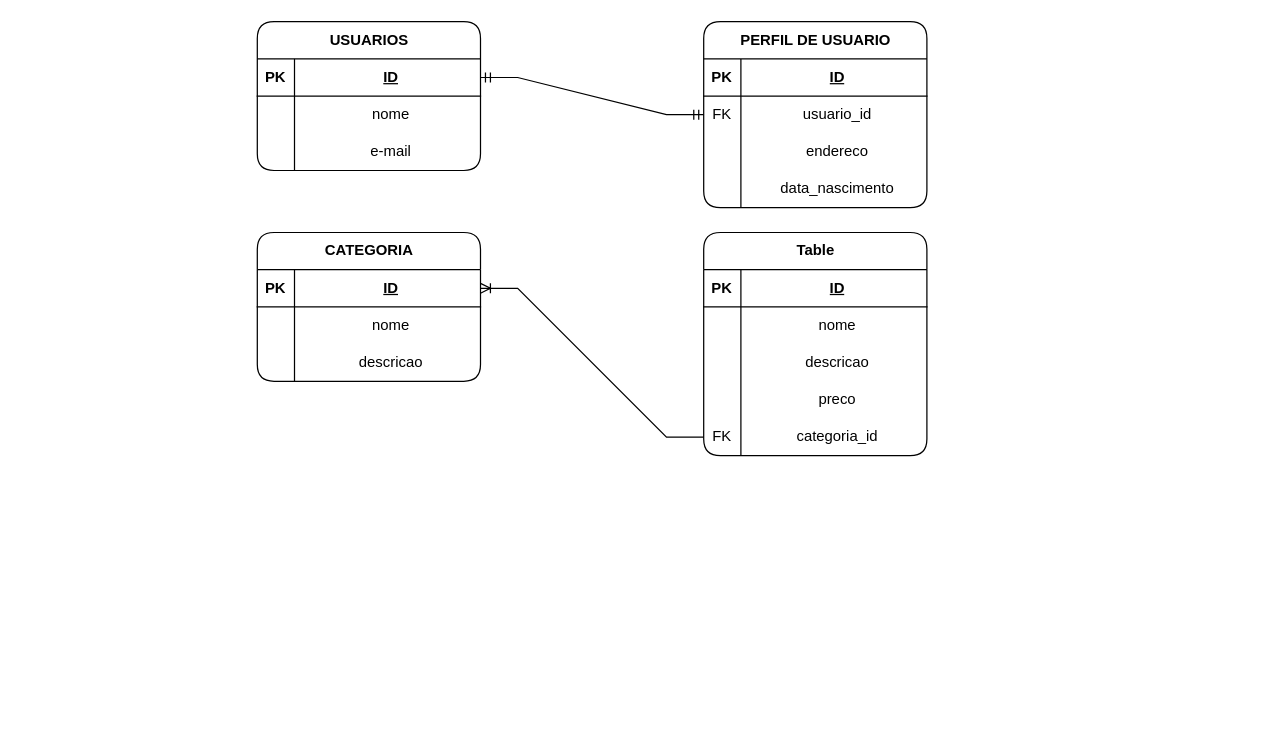
FeliCaldas/BDASOS keeps this draw.io diagram as page "Página-2" (2 of 2) of Modelagens 01.drawio. Above is the earlier version. Source tidied: cells renumbered, new cells numbered last; positions are measured from the earlier drawing's top-left corner, leaving out a move shared by most shapes. Both pictures are drawn from the tidied source at 124%, with x=0, y=0 at pixel (257, 21).
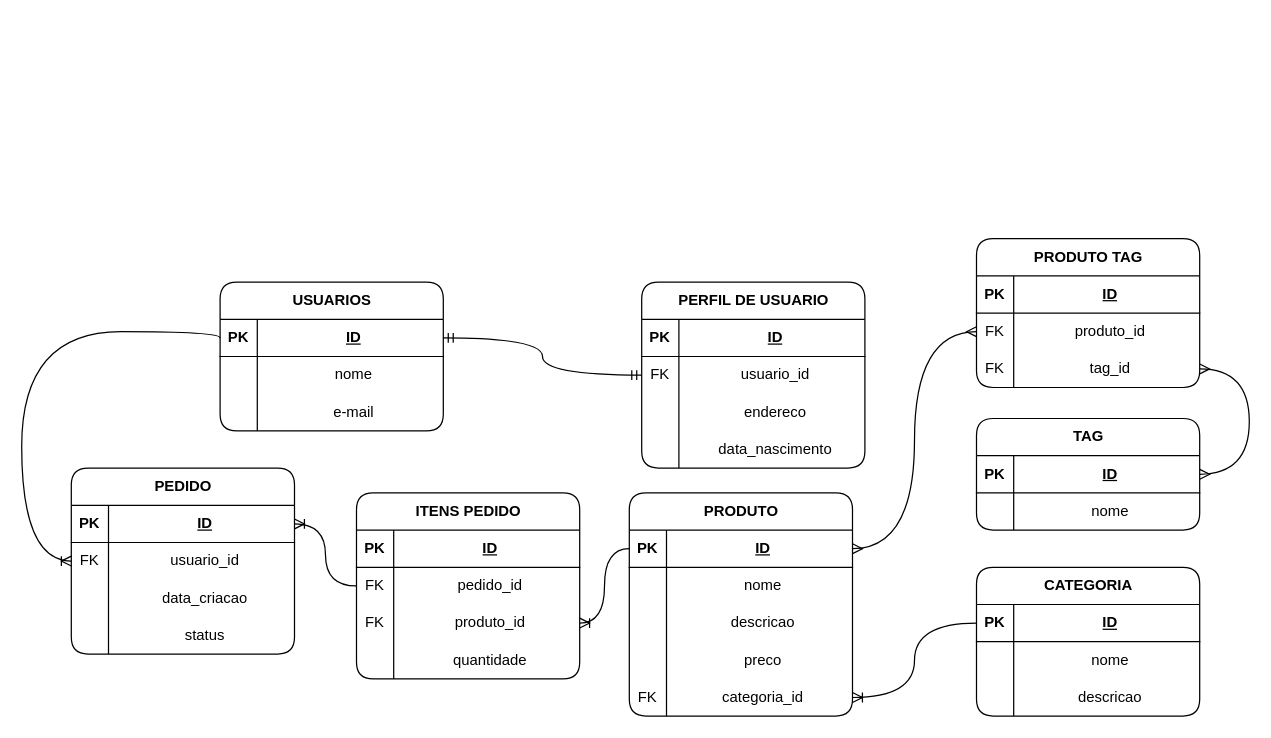
The same page after the edit.

Unchanged cells that the change refers to:
```xml
<mxCell id="3" style="shape=tableRow;horizontal=0;startSize=0;swimlaneHead=0;swimlaneBody=0;fillColor=none;points=[[0,0.5],[1,0.5]];portConstraint=eastwest;top=0;left=0;right=0;bottom=1;rounded=1;" parent="2" vertex="1">
  <mxGeometry y="30" width="180" height="30" as="geometry" />
</mxCell>
<mxCell id="16" style="shape=tableRow;horizontal=0;startSize=0;swimlaneHead=0;swimlaneBody=0;fillColor=none;points=[[0,0.5],[1,0.5]];portConstraint=eastwest;top=0;left=0;right=0;bottom=0;rounded=1;" parent="12" vertex="1">
  <mxGeometry y="60" width="180" height="30" as="geometry" />
</mxCell>
<mxCell id="27" style="shape=tableRow;horizontal=0;startSize=0;swimlaneHead=0;swimlaneBody=0;fillColor=none;points=[[0,0.5],[1,0.5]];portConstraint=eastwest;top=0;left=0;right=0;bottom=1;" parent="26" vertex="1">
  <mxGeometry y="30" width="180" height="30" as="geometry" />
</mxCell>
<mxCell id="37" style="shape=tableRow;horizontal=0;startSize=0;swimlaneHead=0;swimlaneBody=0;fillColor=none;points=[[0,0.5],[1,0.5]];portConstraint=eastwest;top=0;left=0;right=0;bottom=1;" parent="36" vertex="1">
  <mxGeometry y="30" width="180" height="30" as="geometry" />
</mxCell>
<mxCell id="49" style="shape=tableRow;horizontal=0;startSize=0;swimlaneHead=0;swimlaneBody=0;fillColor=none;points=[[0,0.5],[1,0.5]];portConstraint=eastwest;top=0;left=0;right=0;bottom=0;" parent="36" vertex="1">
  <mxGeometry y="150" width="180" height="30" as="geometry" />
</mxCell>
```

The edit, as a diff of the source:
```diff
@@
     <mxCell id="2" value="USUARIOS" style="shape=table;startSize=30;childLayout=tableLayout;rowLines=0;fontStyle=1;align=center;html=1;rounded=1;" parent="1" vertex="1">
-      <mxGeometry width="180" height="120" as="geometry" />
+      <mxGeometry x="-30" y="210" width="180" height="120" as="geometry" />
     </mxCell>
@@
     <mxCell id="12" value="PERFIL DE USUARIO" style="shape=table;startSize=30;childLayout=tableLayout;rowLines=0;fontStyle=1;align=center;html=1;rounded=1;" parent="1" vertex="1">
-      <mxGeometry x="360" width="180" height="150" as="geometry" />
+      <mxGeometry x="310" y="210" width="180" height="150" as="geometry" />
     </mxCell>
@@
-    <mxCell id="25" style="edgeStyle=entityRelationEdgeStyle;fontSize=12;html=1;endArrow=ERmandOne;startArrow=ERmandOne;rounded=0;exitX=1;exitY=0.5;exitDx=0;exitDy=0;entryX=0;entryY=0.5;entryDx=0;entryDy=0;" parent="1" edge="1" source="3" target="16">
+    <mxCell id="25" style="edgeStyle=orthogonalEdgeStyle;fontSize=12;html=1;endArrow=ERmandOne;startArrow=ERmandOne;rounded=0;exitX=1;exitY=0.5;exitDx=0;exitDy=0;entryX=0;entryY=0.5;entryDx=0;entryDy=0;curved=1;" parent="1" edge="1" source="3" target="16">
       <mxGeometry relative="1" as="geometry" />
     </mxCell>
     <mxCell id="26" value="CATEGORIA" style="shape=table;startSize=30;childLayout=tableLayout;rowLines=0;fontStyle=1;align=center;html=1;rounded=1;" parent="1" vertex="1">
-      <mxGeometry y="170" width="180" height="120" as="geometry" />
+      <mxGeometry x="580" y="440" width="180" height="120" as="geometry" />
     </mxCell>
@@
-    <mxCell id="36" value="Table" style="shape=table;startSize=30;childLayout=tableLayout;rowLines=0;fontStyle=1;align=center;html=1;rounded=1;" parent="1" vertex="1">
-      <mxGeometry x="360" y="170" width="180" height="180" as="geometry" />
+    <mxCell id="36" value="PRODUTO" style="shape=table;startSize=30;childLayout=tableLayout;rowLines=0;fontStyle=1;align=center;html=1;rounded=1;" parent="1" vertex="1">
+      <mxGeometry x="300" y="380" width="180" height="180" as="geometry" />
     </mxCell>
@@
-    <mxCell id="52" style="edgeStyle=entityRelationEdgeStyle;fontSize=12;html=1;endArrow=ERoneToMany;rounded=0;exitX=0;exitY=0.5;exitDx=0;exitDy=0;entryX=1;entryY=0.5;entryDx=0;entryDy=0;" parent="1" edge="1" source="49" target="27">
-      <mxGeometry relative="1" as="geometry" />
-    </mxCell>
+    <mxCell id="53" style="edgeStyle=orthogonalEdgeStyle;fontSize=12;html=1;endArrow=ERoneToMany;rounded=0;entryX=1;entryY=0.5;entryDx=0;entryDy=0;exitX=0;exitY=0.5;exitDx=0;exitDy=0;curved=1;" parent="1" edge="1" source="27" target="49">
+      <mxGeometry relative="1" as="geometry" />
+    </mxCell>
+    <mxCell id="54" value="PEDIDO" style="shape=table;startSize=30;childLayout=tableLayout;rowLines=0;fontStyle=1;align=center;html=1;rounded=1;" parent="1" vertex="1">
+      <mxGeometry x="-150" y="360" width="180" height="150" as="geometry" />
+    </mxCell>
+    <mxCell id="55" style="shape=tableRow;horizontal=0;startSize=0;swimlaneHead=0;swimlaneBody=0;fillColor=none;points=[[0,0.5],[1,0.5]];portConstraint=eastwest;top=0;left=0;right=0;bottom=1;" parent="54" vertex="1">
+      <mxGeometry y="30" width="180" height="30" as="geometry" />
+    </mxCell>
+    <mxCell id="56" value="PK" style="shape=partialRectangle;fillColor=none;top=0;left=0;bottom=0;right=0;fontStyle=1;overflow=hidden;whiteSpace=wrap;html=1;" parent="55" vertex="1">
+      <mxGeometry width="30" height="30" as="geometry" />
+    </mxCell>
+    <mxCell id="57" value="ID" style="shape=partialRectangle;fillColor=none;top=0;left=0;bottom=0;right=0;align=center;spacingLeft=6;fontStyle=5;overflow=hidden;whiteSpace=wrap;html=1;" parent="55" vertex="1">
+      <mxGeometry x="30" width="150" height="30" as="geometry" />
+    </mxCell>
+    <mxCell id="58" style="shape=tableRow;horizontal=0;startSize=0;swimlaneHead=0;swimlaneBody=0;fillColor=none;points=[[0,0.5],[1,0.5]];portConstraint=eastwest;top=0;left=0;right=0;bottom=0;align=center;" parent="54" vertex="1">
+      <mxGeometry y="60" width="180" height="30" as="geometry" />
+    </mxCell>
+    <mxCell id="59" value="FK" style="shape=partialRectangle;fillColor=none;top=0;left=0;bottom=0;right=0;overflow=hidden;whiteSpace=wrap;html=1;" parent="58" vertex="1">
+      <mxGeometry width="30" height="30" as="geometry" />
+    </mxCell>
+    <mxCell id="60" value="usuario_id" style="shape=partialRectangle;fillColor=none;top=0;left=0;bottom=0;right=0;align=center;spacingLeft=6;overflow=hidden;whiteSpace=wrap;html=1;" parent="58" vertex="1">
+      <mxGeometry x="30" width="150" height="30" as="geometry" />
+    </mxCell>
+    <mxCell id="61" style="shape=tableRow;horizontal=0;startSize=0;swimlaneHead=0;swimlaneBody=0;fillColor=none;top=0;left=0;right=0;bottom=0;" parent="54" vertex="1">
+      <mxGeometry y="90" width="180" height="30" as="geometry" />
+    </mxCell>
+    <mxCell id="62" style="shape=partialRectangle;fillColor=none;top=0;left=0;bottom=0;right=0;overflow=hidden;whiteSpace=wrap;html=1;" parent="61" vertex="1">
+      <mxGeometry width="30" height="30" as="geometry" />
+    </mxCell>
+    <mxCell id="63" value="data_criacao" style="shape=partialRectangle;fillColor=none;top=0;left=0;bottom=0;right=0;align=center;spacingLeft=6;overflow=hidden;whiteSpace=wrap;html=1;" parent="61" vertex="1">
+      <mxGeometry x="30" width="150" height="30" as="geometry" />
+    </mxCell>
+    <mxCell id="64" style="shape=tableRow;horizontal=0;startSize=0;swimlaneHead=0;swimlaneBody=0;fillColor=none;top=0;left=0;right=0;bottom=0;" parent="54" vertex="1">
+      <mxGeometry y="120" width="180" height="30" as="geometry" />
+    </mxCell>
+    <mxCell id="65" style="shape=partialRectangle;fillColor=none;top=0;left=0;bottom=0;right=0;overflow=hidden;whiteSpace=wrap;html=1;" parent="64" vertex="1">
+      <mxGeometry width="30" height="30" as="geometry" />
+    </mxCell>
+    <mxCell id="66" value="status" style="shape=partialRectangle;fillColor=none;top=0;left=0;bottom=0;right=0;align=center;spacingLeft=6;overflow=hidden;whiteSpace=wrap;html=1;" parent="64" vertex="1">
+      <mxGeometry x="30" width="150" height="30" as="geometry" />
+    </mxCell>
+    <mxCell id="67" style="edgeStyle=orthogonalEdgeStyle;fontSize=12;html=1;endArrow=ERoneToMany;rounded=0;curved=1;entryX=0;entryY=0.5;entryDx=0;entryDy=0;exitX=0;exitY=0.5;exitDx=0;exitDy=0;" parent="1" edge="1" source="3" target="58">
+      <mxGeometry relative="1" as="geometry">
+        <Array as="points">
+          <mxPoint x="-30" y="250" />
+          <mxPoint x="-190" y="250" />
+          <mxPoint x="-190" y="435" />
+        </Array>
+      </mxGeometry>
+    </mxCell>
+    <mxCell id="68" value="ITENS PEDIDO" style="shape=table;startSize=30;childLayout=tableLayout;rowLines=0;fontStyle=1;align=center;html=1;rounded=1;" parent="1" vertex="1">
+      <mxGeometry x="80" y="380" width="180" height="150" as="geometry" />
+    </mxCell>
+    <mxCell id="69" style="shape=tableRow;horizontal=0;startSize=0;swimlaneHead=0;swimlaneBody=0;fillColor=none;top=0;left=0;right=0;bottom=1;" parent="68" vertex="1">
+      <mxGeometry y="30" width="180" height="30" as="geometry" />
+    </mxCell>
+    <mxCell id="70" value="PK" style="shape=partialRectangle;fillColor=none;top=0;left=0;bottom=0;right=0;fontStyle=1;overflow=hidden;whiteSpace=wrap;html=1;" parent="69" vertex="1">
+      <mxGeometry width="30" height="30" as="geometry" />
+    </mxCell>
+    <mxCell id="71" value="ID" style="shape=partialRectangle;fillColor=none;top=0;left=0;bottom=0;right=0;align=center;spacingLeft=6;fontStyle=5;overflow=hidden;whiteSpace=wrap;html=1;" parent="69" vertex="1">
+      <mxGeometry x="30" width="150" height="30" as="geometry" />
+    </mxCell>
+    <mxCell id="72" style="shape=tableRow;horizontal=0;startSize=0;swimlaneHead=0;swimlaneBody=0;fillColor=none;points=[[0,0.5],[1,0.5]];portConstraint=eastwest;top=0;left=0;right=0;bottom=0;" parent="68" vertex="1">
+      <mxGeometry y="60" width="180" height="30" as="geometry" />
+    </mxCell>
+    <mxCell id="73" value="FK" style="shape=partialRectangle;fillColor=none;top=0;left=0;bottom=0;right=0;overflow=hidden;whiteSpace=wrap;html=1;" parent="72" vertex="1">
+      <mxGeometry width="30" height="30" as="geometry" />
+    </mxCell>
+    <mxCell id="74" value="pedido_id" style="shape=partialRectangle;fillColor=none;top=0;left=0;bottom=0;right=0;align=center;spacingLeft=6;overflow=hidden;whiteSpace=wrap;html=1;" parent="72" vertex="1">
+      <mxGeometry x="30" width="150" height="30" as="geometry" />
+    </mxCell>
+    <mxCell id="75" style="shape=tableRow;horizontal=0;startSize=0;swimlaneHead=0;swimlaneBody=0;fillColor=none;points=[[0,0.5],[1,0.5]];portConstraint=eastwest;top=0;left=0;right=0;bottom=0;align=center;" parent="68" vertex="1">
+      <mxGeometry y="90" width="180" height="30" as="geometry" />
+    </mxCell>
+    <mxCell id="76" value="FK" style="shape=partialRectangle;fillColor=none;top=0;left=0;bottom=0;right=0;overflow=hidden;whiteSpace=wrap;html=1;" parent="75" vertex="1">
+      <mxGeometry width="30" height="30" as="geometry" />
+    </mxCell>
+    <mxCell id="77" value="produto_id" style="shape=partialRectangle;fillColor=none;top=0;left=0;bottom=0;right=0;align=center;spacingLeft=6;overflow=hidden;whiteSpace=wrap;html=1;" parent="75" vertex="1">
+      <mxGeometry x="30" width="150" height="30" as="geometry" />
+    </mxCell>
+    <mxCell id="78" style="shape=tableRow;horizontal=0;startSize=0;swimlaneHead=0;swimlaneBody=0;fillColor=none;top=0;left=0;right=0;bottom=0;" parent="68" vertex="1">
+      <mxGeometry y="120" width="180" height="30" as="geometry" />
+    </mxCell>
+    <mxCell id="79" style="shape=partialRectangle;fillColor=none;top=0;left=0;bottom=0;right=0;overflow=hidden;whiteSpace=wrap;html=1;" parent="78" vertex="1">
+      <mxGeometry width="30" height="30" as="geometry" />
+    </mxCell>
+    <mxCell id="80" value="quantidade" style="shape=partialRectangle;fillColor=none;top=0;left=0;bottom=0;right=0;align=center;spacingLeft=6;overflow=hidden;whiteSpace=wrap;html=1;" parent="78" vertex="1">
+      <mxGeometry x="30" width="150" height="30" as="geometry" />
+    </mxCell>
+    <mxCell id="81" style="edgeStyle=orthogonalEdgeStyle;fontSize=12;html=1;endArrow=ERoneToMany;rounded=0;curved=1;exitX=0;exitY=0.5;exitDx=0;exitDy=0;entryX=1;entryY=0.5;entryDx=0;entryDy=0;" parent="1" edge="1" source="37" target="75">
+      <mxGeometry relative="1" as="geometry" />
+    </mxCell>
+    <mxCell id="82" style="edgeStyle=orthogonalEdgeStyle;fontSize=12;html=1;endArrow=ERoneToMany;rounded=0;curved=1;exitX=0;exitY=0.5;exitDx=0;exitDy=0;entryX=1;entryY=0.5;entryDx=0;entryDy=0;" parent="1" edge="1" source="72" target="55">
+      <mxGeometry relative="1" as="geometry" />
+    </mxCell>
+    <mxCell id="83" value="TAG" style="shape=table;startSize=30;childLayout=tableLayout;rowLines=0;fontStyle=1;align=center;html=1;rounded=1;" parent="1" vertex="1">
+      <mxGeometry x="580" y="320" width="180" height="90" as="geometry" />
+    </mxCell>
+    <mxCell id="84" style="shape=tableRow;horizontal=0;startSize=0;swimlaneHead=0;swimlaneBody=0;fillColor=none;points=[[0,0.5],[1,0.5]];portConstraint=eastwest;top=0;left=0;right=0;bottom=1;" parent="83" vertex="1">
+      <mxGeometry y="30" width="180" height="30" as="geometry" />
+    </mxCell>
+    <mxCell id="85" value="PK" style="shape=partialRectangle;fillColor=none;top=0;left=0;bottom=0;right=0;fontStyle=1;overflow=hidden;whiteSpace=wrap;html=1;" parent="84" vertex="1">
+      <mxGeometry width="30" height="30" as="geometry" />
+    </mxCell>
+    <mxCell id="86" value="ID" style="shape=partialRectangle;fillColor=none;top=0;left=0;bottom=0;right=0;align=center;spacingLeft=6;fontStyle=5;overflow=hidden;whiteSpace=wrap;html=1;" parent="84" vertex="1">
+      <mxGeometry x="30" width="150" height="30" as="geometry" />
+    </mxCell>
+    <mxCell id="87" style="shape=tableRow;horizontal=0;startSize=0;swimlaneHead=0;swimlaneBody=0;fillColor=none;top=0;left=0;right=0;bottom=0;" parent="83" vertex="1">
+      <mxGeometry y="60" width="180" height="30" as="geometry" />
+    </mxCell>
+    <mxCell id="88" style="shape=partialRectangle;fillColor=none;top=0;left=0;bottom=0;right=0;overflow=hidden;whiteSpace=wrap;html=1;" parent="87" vertex="1">
+      <mxGeometry width="30" height="30" as="geometry" />
+    </mxCell>
+    <mxCell id="89" value="nome" style="shape=partialRectangle;fillColor=none;top=0;left=0;bottom=0;right=0;align=center;spacingLeft=6;overflow=hidden;whiteSpace=wrap;html=1;" parent="87" vertex="1">
+      <mxGeometry x="30" width="150" height="30" as="geometry" />
+    </mxCell>
+    <mxCell id="90" value="PRODUTO TAG" style="shape=table;startSize=30;childLayout=tableLayout;rowLines=0;fontStyle=1;align=center;html=1;rounded=1;" parent="1" vertex="1">
+      <mxGeometry x="580" y="175" width="180" height="120" as="geometry" />
+    </mxCell>
+    <mxCell id="91" style="shape=tableRow;horizontal=0;startSize=0;swimlaneHead=0;swimlaneBody=0;fillColor=none;top=0;left=0;right=0;bottom=1;" parent="90" vertex="1">
+      <mxGeometry y="30" width="180" height="30" as="geometry" />
+    </mxCell>
+    <mxCell id="92" value="PK" style="shape=partialRectangle;fillColor=none;top=0;left=0;bottom=0;right=0;fontStyle=1;overflow=hidden;whiteSpace=wrap;html=1;" parent="91" vertex="1">
+      <mxGeometry width="30" height="30" as="geometry" />
+    </mxCell>
+    <mxCell id="93" value="ID" style="shape=partialRectangle;fillColor=none;top=0;left=0;bottom=0;right=0;align=center;spacingLeft=6;fontStyle=5;overflow=hidden;whiteSpace=wrap;html=1;" parent="91" vertex="1">
+      <mxGeometry x="30" width="150" height="30" as="geometry" />
+    </mxCell>
+    <mxCell id="94" style="shape=tableRow;horizontal=0;startSize=0;swimlaneHead=0;swimlaneBody=0;fillColor=none;points=[[0,0.5],[1,0.5]];portConstraint=eastwest;top=0;left=0;right=0;bottom=0;" parent="90" vertex="1">
+      <mxGeometry y="60" width="180" height="30" as="geometry" />
+    </mxCell>
+    <mxCell id="95" value="FK" style="shape=partialRectangle;fillColor=none;top=0;left=0;bottom=0;right=0;overflow=hidden;whiteSpace=wrap;html=1;" parent="94" vertex="1">
+      <mxGeometry width="30" height="30" as="geometry" />
+    </mxCell>
+    <mxCell id="96" value="produto_id" style="shape=partialRectangle;fillColor=none;top=0;left=0;bottom=0;right=0;align=center;spacingLeft=6;overflow=hidden;whiteSpace=wrap;html=1;" parent="94" vertex="1">
+      <mxGeometry x="30" width="150" height="30" as="geometry" />
+    </mxCell>
+    <mxCell id="97" style="shape=tableRow;horizontal=0;startSize=0;swimlaneHead=0;swimlaneBody=0;fillColor=none;points=[[0,0.5],[1,0.5]];portConstraint=eastwest;top=0;left=0;right=0;bottom=0;" parent="90" vertex="1">
+      <mxGeometry y="90" width="180" height="30" as="geometry" />
+    </mxCell>
+    <mxCell id="98" value="FK" style="shape=partialRectangle;fillColor=none;top=0;left=0;bottom=0;right=0;overflow=hidden;whiteSpace=wrap;html=1;" parent="97" vertex="1">
+      <mxGeometry width="30" height="30" as="geometry" />
+    </mxCell>
+    <mxCell id="99" value="tag_id" style="shape=partialRectangle;fillColor=none;top=0;left=0;bottom=0;right=0;align=center;spacingLeft=6;overflow=hidden;whiteSpace=wrap;html=1;" parent="97" vertex="1">
+      <mxGeometry x="30" width="150" height="30" as="geometry" />
+    </mxCell>
+    <mxCell id="100" style="edgeStyle=orthogonalEdgeStyle;fontSize=12;html=1;endArrow=ERmany;startArrow=ERmany;rounded=0;entryX=0;entryY=0.5;entryDx=0;entryDy=0;exitX=1;exitY=0.5;exitDx=0;exitDy=0;curved=1;" parent="1" edge="1" source="37" target="94">
+      <mxGeometry relative="1" as="geometry" />
+    </mxCell>
+    <mxCell id="101" style="edgeStyle=orthogonalEdgeStyle;fontSize=12;html=1;endArrow=ERmany;startArrow=ERmany;rounded=0;exitX=1;exitY=0.5;exitDx=0;exitDy=0;curved=1;entryX=1;entryY=0.5;entryDx=0;entryDy=0;" parent="1" edge="1" source="84" target="97">
+      <mxGeometry relative="1" as="geometry">
+        <Array as="points">
+          <mxPoint x="800" y="365" />
+          <mxPoint x="800" y="280" />
+        </Array>
+      </mxGeometry>
+    </mxCell>
```
